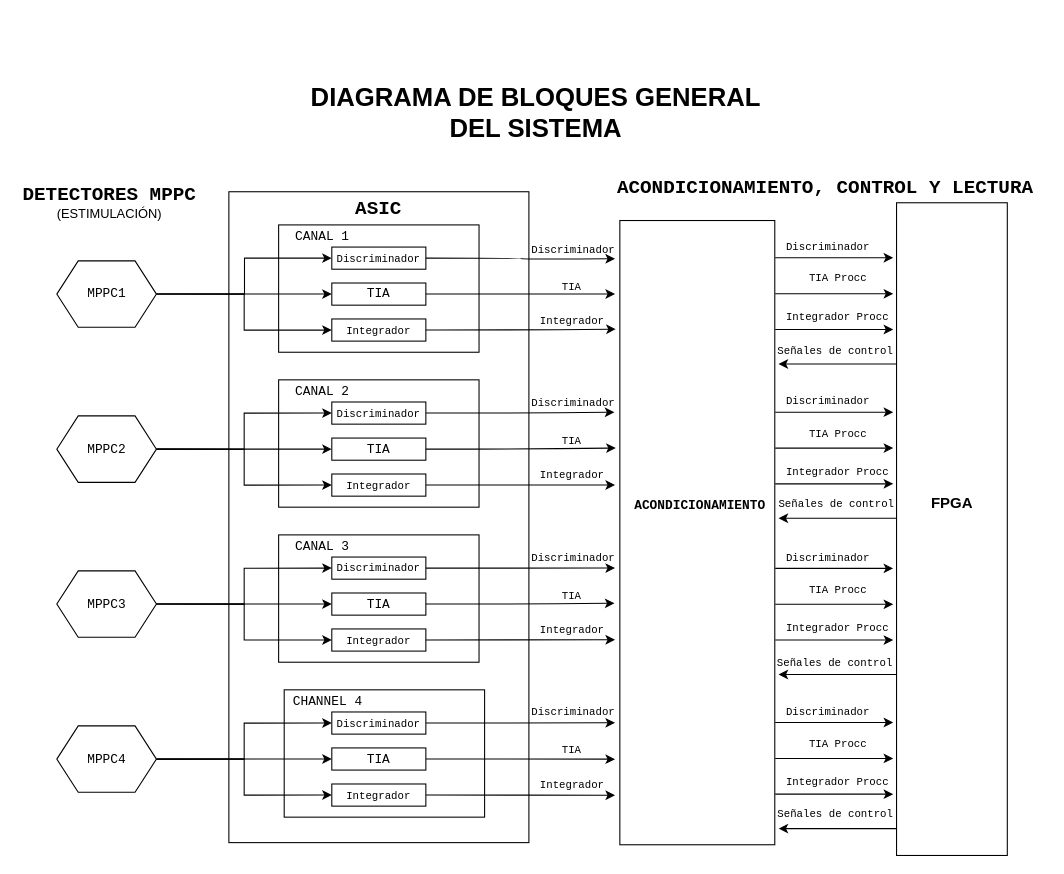
HALxmont/ChipVerification keeps this draw.io diagram as page "Global" (1 of 4) of Diagrams/OverView.drawio. Above is the earlier version. Source tidied: cells renumbered, new cells numbered last; positions are measured from the earlier drawing's top-left corner, leaving out a move shared by most shapes. Both pictures are drawn from the tidied source at 107%, with x=0, y=0 at pixel (18, 18).
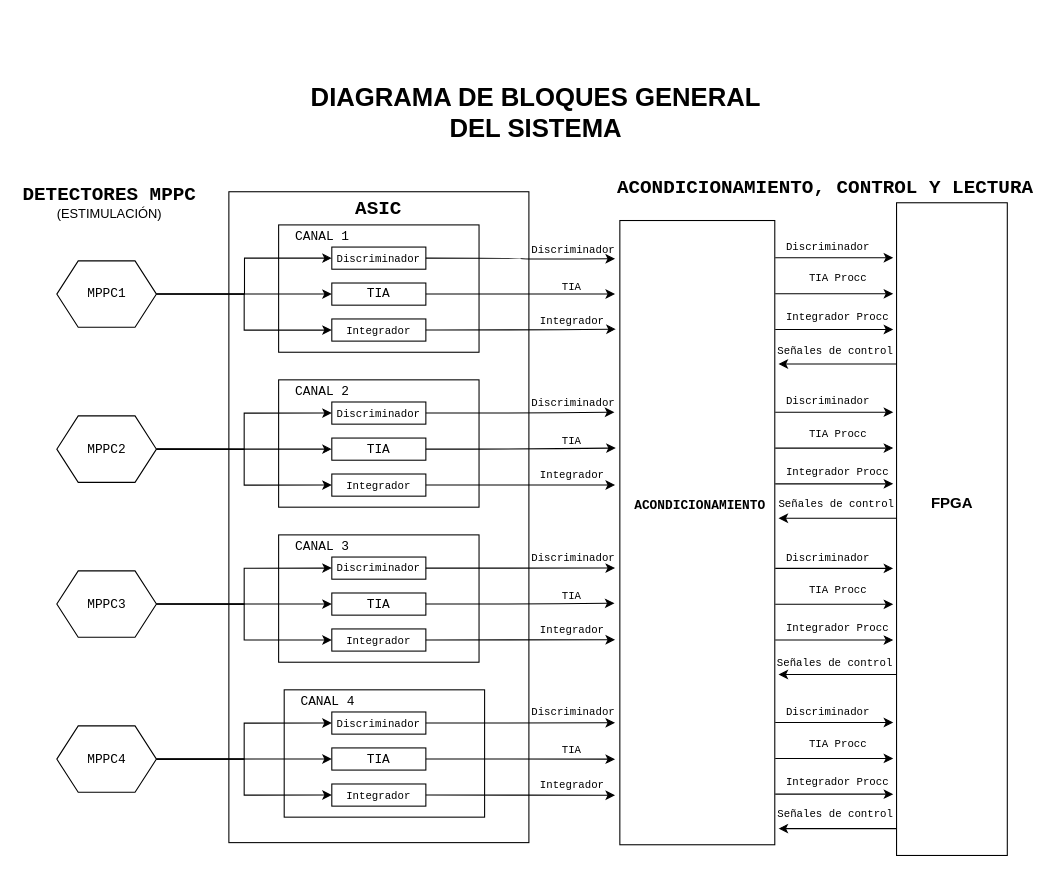
The same page after the edit.

Change to the diagram source:
```diff
@@
-    <mxCell id="22" value="&lt;font face=&quot;Courier New&quot;&gt;CHANNEL 4&lt;br&gt;&lt;/font&gt;" style="text;html=1;strokeColor=none;fillColor=none;align=center;verticalAlign=middle;whiteSpace=wrap;rounded=0;" parent="1" vertex="1">
+    <mxCell id="22" value="&lt;font face=&quot;Courier New&quot;&gt;CANAL 4&lt;br&gt;&lt;/font&gt;" style="text;html=1;strokeColor=none;fillColor=none;align=center;verticalAlign=middle;whiteSpace=wrap;rounded=0;" parent="1" vertex="1">
       <mxGeometry x="253.3" y="627.2" width="72.4" height="20.7" as="geometry" />
     </mxCell>
```
